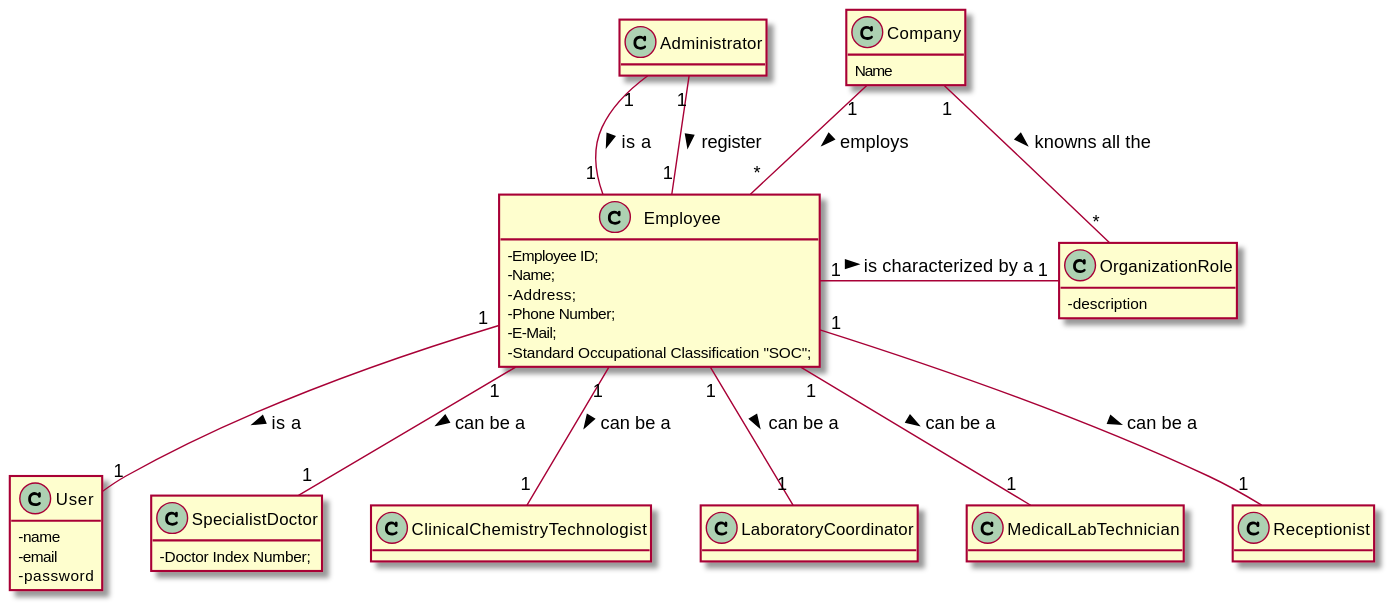
The PlantUML diagram docs/SprintB/US7/US07_MD.svg in MarianaCLages/LAPR2, before a commit.
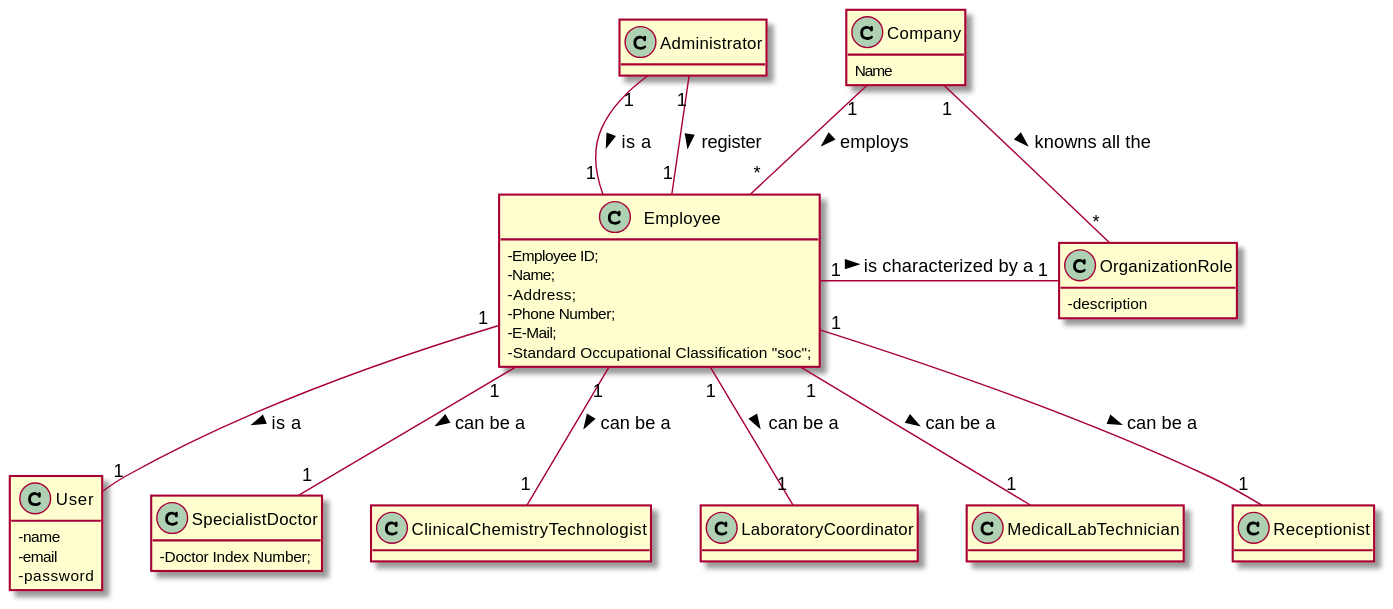
After the change.

The edit, as a diff of the source:
```diff
@@ -15,7 +15,7 @@
 -Address;
 -Phone Number;
 -E-Mail;
--Standard Occupational Classification "SOC";
+-Standard Occupational Classification "soc";
 }
 
 class SpecialistDoctor{
```
